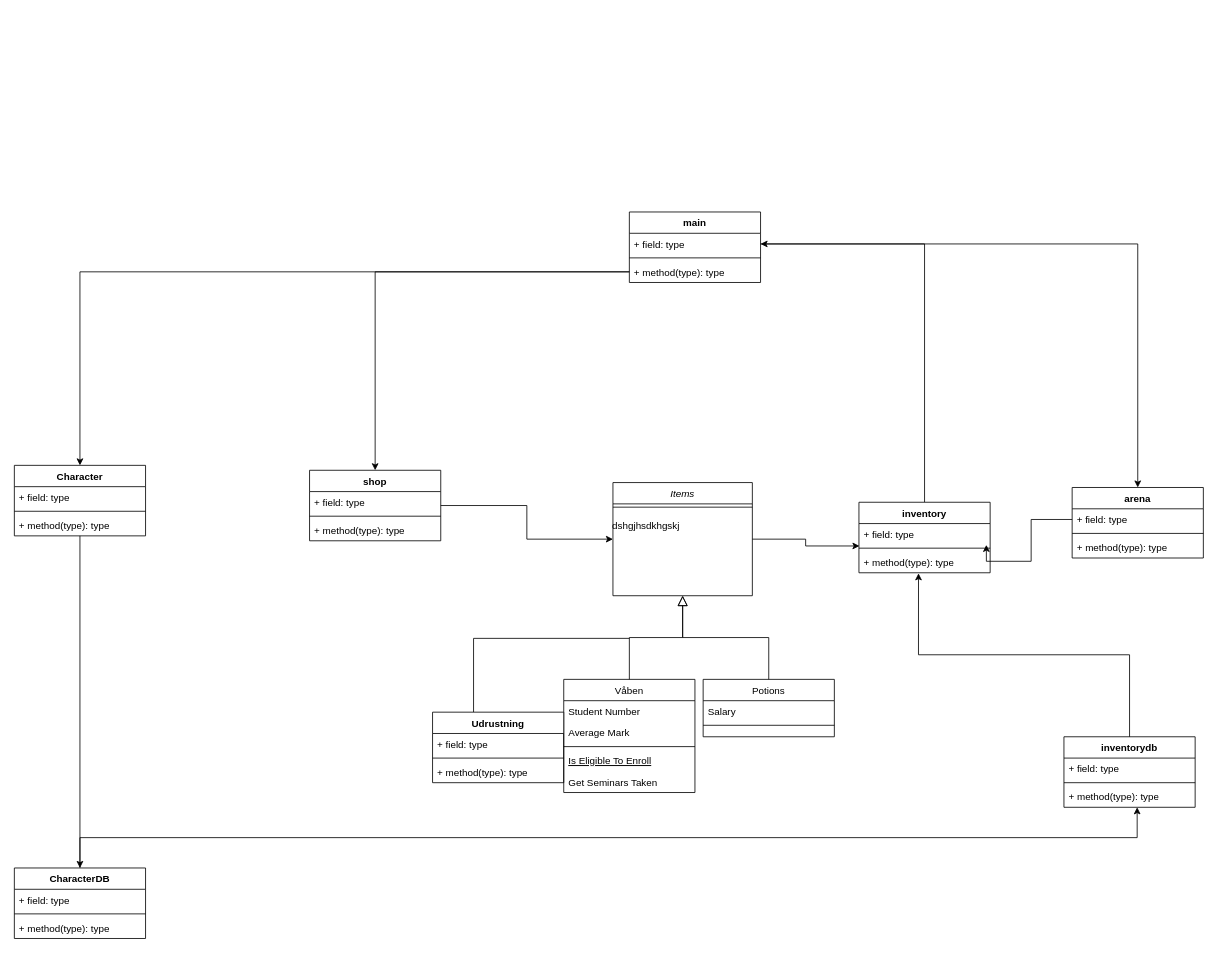
This is Unavngivet diagram.drawio from cao002eduzealand/waf, a draw.io file, before an edit. Source tidied: cells renumbered, new cells numbered last; positions are measured from the earlier drawing's top-left corner, leaving out a move shared by most shapes. Both pictures are drawn from the tidied source at 82%, with x=0, y=0 at pixel (14, 212).
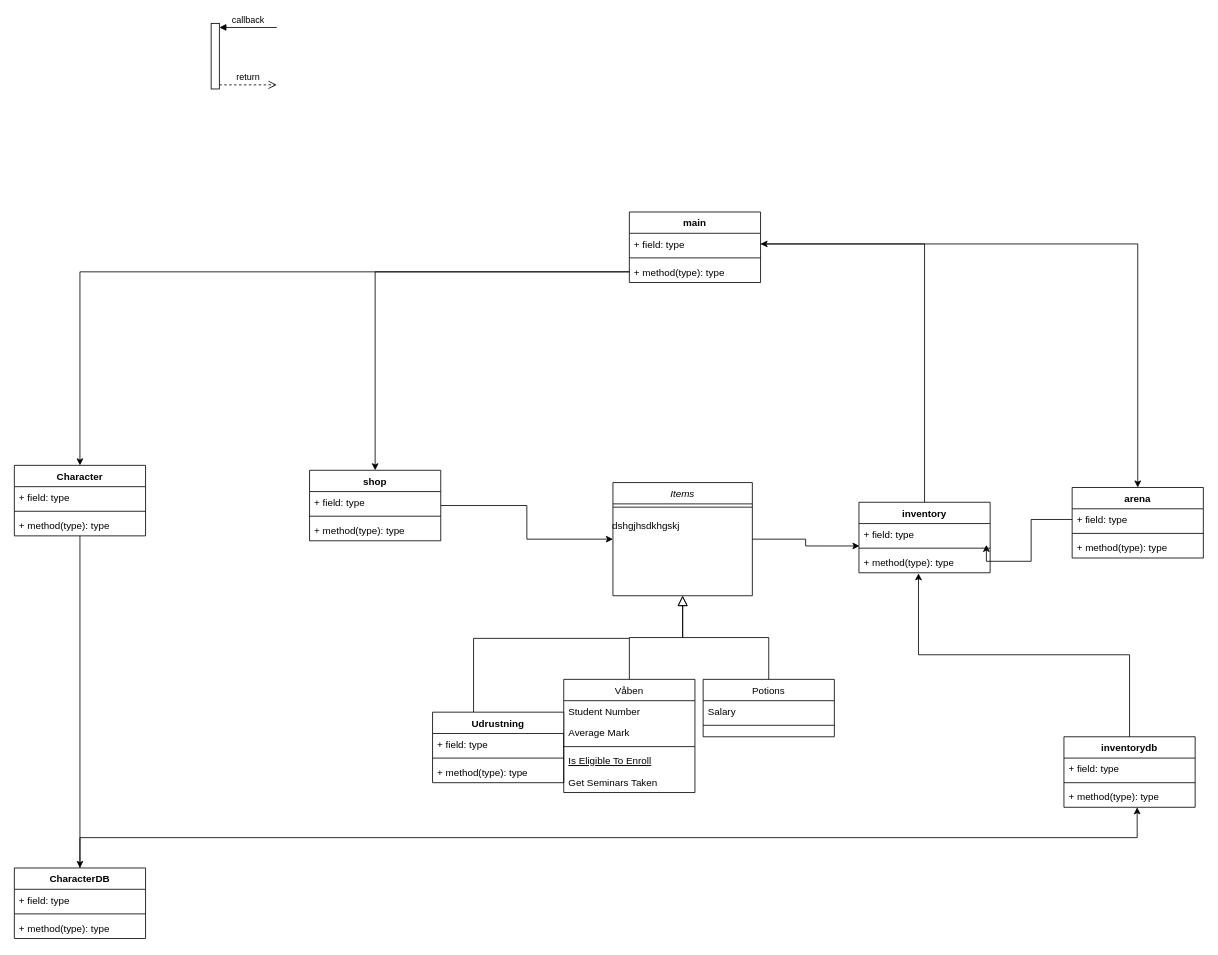
The same diagram, later.

What changed in the source:
```diff
@@
+    <mxCell id="59" style="html=1;points=[[0,0,0,0,5],[0,1,0,0,-5],[1,0,0,0,5],[1,1,0,0,-5]];perimeter=orthogonalPerimeter;outlineConnect=0;targetShapes=umlLifeline;portConstraint=eastwest;newEdgeStyle={&quot;curved&quot;:0,&quot;rounded&quot;:0};" parent="1" vertex="1">
+      <mxGeometry x="240" y="-230" width="10" height="80" as="geometry" />
+    </mxCell>
+    <mxCell id="60" value="callback" style="html=1;verticalAlign=bottom;endArrow=block;curved=0;rounded=0;entryX=1;entryY=0;entryDx=0;entryDy=5;" parent="1" edge="1" target="59">
+      <mxGeometry relative="1" as="geometry">
+        <mxPoint x="320" y="-225" as="sourcePoint" />
+      </mxGeometry>
+    </mxCell>
+    <mxCell id="61" value="return" style="html=1;verticalAlign=bottom;endArrow=open;dashed=1;endSize=8;curved=0;rounded=0;exitX=1;exitY=1;exitDx=0;exitDy=-5;" parent="1" edge="1" source="59">
+      <mxGeometry relative="1" as="geometry">
+        <mxPoint x="320" y="-155" as="targetPoint" />
+      </mxGeometry>
+    </mxCell>
```
